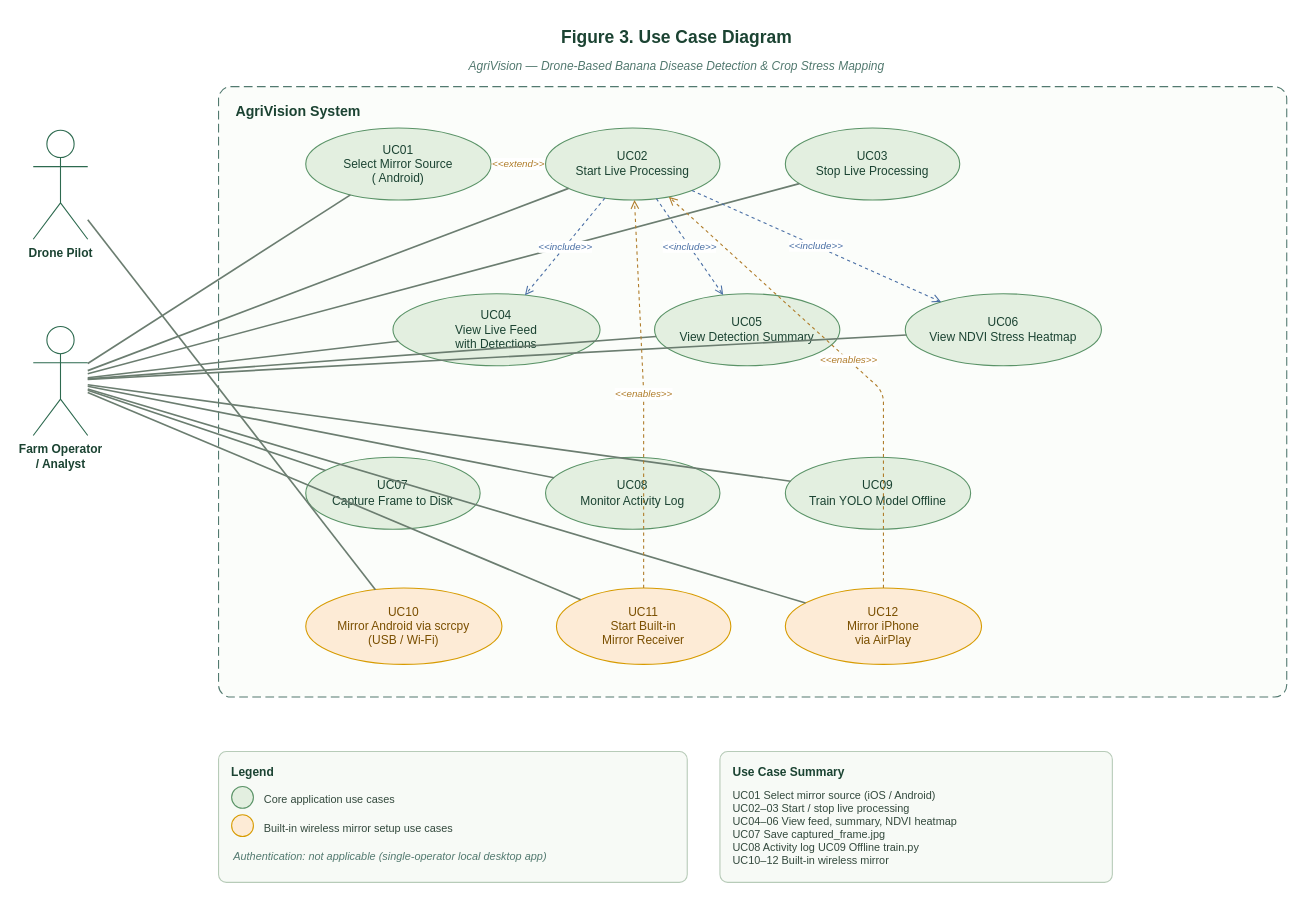
Above: docs/diagrams/AgriVision-Use-Case-Diagram.drawio in Dewey-byte/AgriVision (draw.io), before the change. Source tidied: cells renumbered, new cells numbered last; positions are measured from the earlier drawing's top-left corner, leaving out a move shared by most shapes. Both pictures are drawn from the tidied source at 109%, with x=0, y=0 at pixel (33, 19).
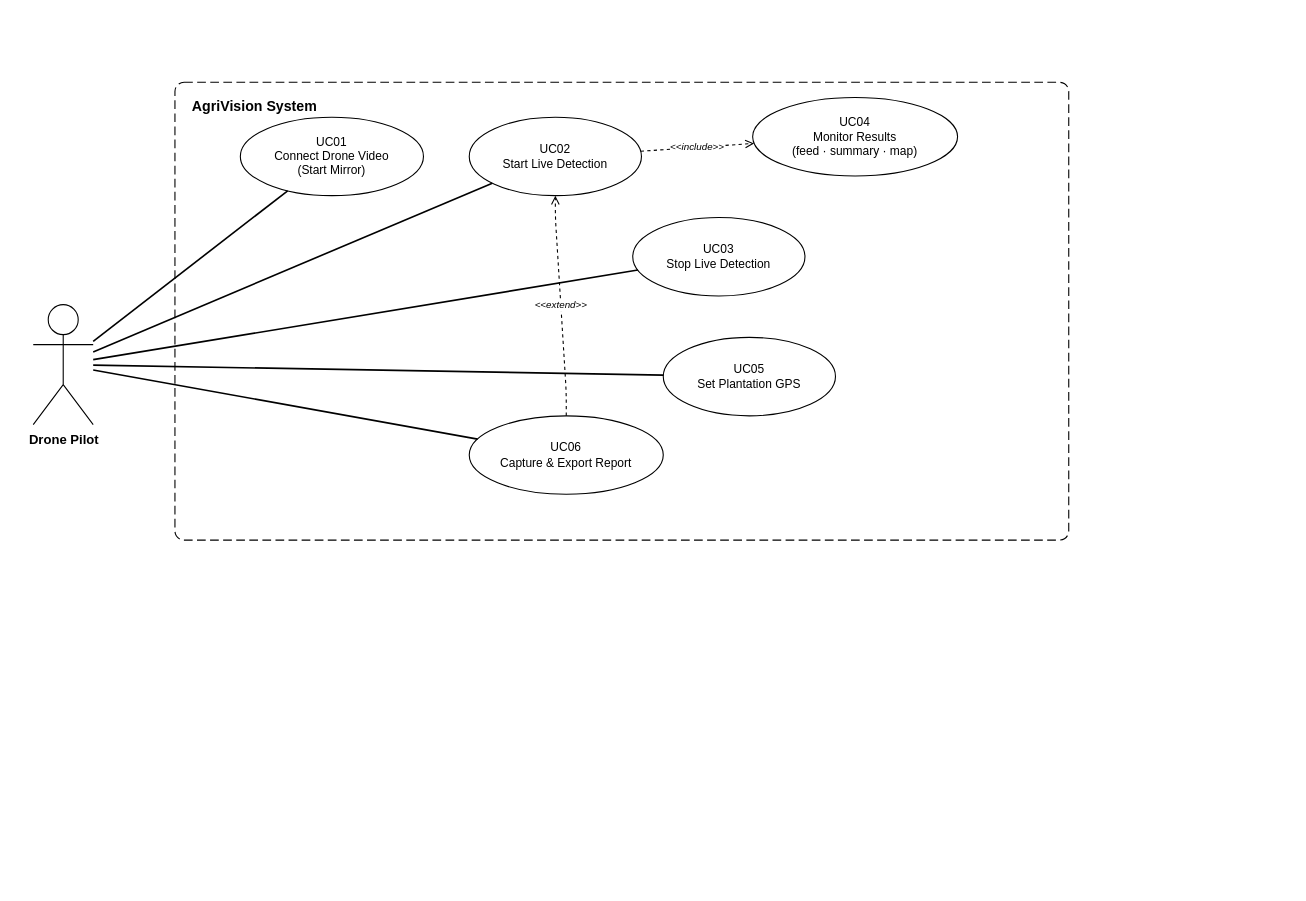
Above is the later version.

Change to the diagram source:
```diff
@@
-    <mxCell id="2" value="Figure 3. Use Case Diagram" style="text;html=1;strokeColor=none;fillColor=none;align=center;fontFamily=Helvetica;fontSize=16;fontStyle=1;fontColor=#1b4332;" parent="1" vertex="1">
-      <mxGeometry x="190" width="800" height="30" as="geometry" />
-    </mxCell>
-    <mxCell id="3" value="AgriVision — Drone-Based Banana Disease Detection &amp; Crop Stress Mapping" style="text;html=1;strokeColor=none;fillColor=none;align=center;fontFamily=Helvetica;fontSize=11;fontStyle=2;fontColor=#52796f;" parent="1" vertex="1">
-      <mxGeometry x="240" y="30" width="700" height="22" as="geometry" />
-    </mxCell>
-    <mxCell id="4" value="AgriVision System" style="rounded=1;arcSize=2;whiteSpace=wrap;html=1;verticalAlign=top;align=left;spacingLeft=14;spacingTop=8;fillColor=#fbfdfa;strokeColor=#52796f;dashed=1;dashPattern=8 4;fontFamily=Helvetica;fontStyle=1;fontSize=13;fontColor=#1b4332;" parent="1" vertex="1">
-      <mxGeometry x="170" y="62" width="980" height="560" as="geometry" />
+    <mxCell id="4" value="AgriVision System" style="rounded=1;arcSize=2;whiteSpace=wrap;html=1;verticalAlign=top;align=left;spacingLeft=14;spacingTop=8;dashed=1;dashPattern=8 4;fontFamily=Helvetica;fontStyle=1;fontSize=13;fontColor=#000000;" parent="1" vertex="1">
+      <mxGeometry x="130" y="58" width="820" height="420" as="geometry" />
     </mxCell>
-    <mxCell id="5" value="Farm Operator&#10;/ Analyst" style="shape=umlActor;verticalLabelPosition=bottom;verticalAlign=top;html=1;outlineConnect=0;fontFamily=Helvetica;fontStyle=1;fontSize=11;fontColor=#1b4332;strokeColor=#2d6a4f;" parent="1" vertex="1">
-      <mxGeometry y="282" width="50" height="100" as="geometry" />
-    </mxCell>
-    <mxCell id="6" value="Drone Pilot" style="shape=umlActor;verticalLabelPosition=bottom;verticalAlign=top;html=1;outlineConnect=0;fontFamily=Helvetica;fontStyle=1;fontSize=11;fontColor=#1b4332;strokeColor=#2d6a4f;" parent="1" vertex="1">
-      <mxGeometry y="102" width="50" height="100" as="geometry" />
+    <mxCell id="6" value="Drone Pilot" style="shape=umlActor;verticalLabelPosition=bottom;verticalAlign=top;html=1;outlineConnect=0;fontFamily=Helvetica;fontStyle=1;fontSize=12;fontColor=#000000;" parent="1" vertex="1">
+      <mxGeometry y="262" width="55" height="110" as="geometry" />
     </mxCell>
-    <mxCell id="7" value="UC01&lt;br&gt;Select Mirror Source&lt;br&gt;( Android)" style="ellipse;whiteSpace=wrap;html=1;fillColor=#e3efe0;strokeColor=#5a9367;fontFamily=Helvetica;fontSize=11;fontColor=#1b4332;" parent="1" vertex="1">
-      <mxGeometry x="250" y="100" width="170" height="66" as="geometry" />
+    <mxCell id="7" value="UC01&#10;Connect Drone Video&#10;(Start Mirror)" style="ellipse;whiteSpace=wrap;html=1;fontFamily=Helvetica;fontSize=11;fontColor=#000000;" parent="1" vertex="1">
+      <mxGeometry x="190" y="90" width="168" height="72" as="geometry" />
     </mxCell>
-    <mxCell id="8" value="UC02&#10;Start Live Processing" style="ellipse;whiteSpace=wrap;html=1;fillColor=#e3efe0;strokeColor=#5a9367;fontFamily=Helvetica;fontSize=11;fontColor=#1b4332;" parent="1" vertex="1">
-      <mxGeometry x="470" y="100" width="160" height="66" as="geometry" />
+    <mxCell id="8" value="UC02&#10;Start Live Detection" style="ellipse;whiteSpace=wrap;html=1;fontFamily=Helvetica;fontSize=11;fontColor=#000000;" parent="1" vertex="1">
+      <mxGeometry x="400" y="90" width="158" height="72" as="geometry" />
     </mxCell>
-    <mxCell id="9" value="UC03&#10;Stop Live Processing" style="ellipse;whiteSpace=wrap;html=1;fillColor=#e3efe0;strokeColor=#5a9367;fontFamily=Helvetica;fontSize=11;fontColor=#1b4332;" parent="1" vertex="1">
-      <mxGeometry x="690" y="100" width="160" height="66" as="geometry" />
+    <mxCell id="9" value="UC03&#10;Stop Live Detection" style="ellipse;whiteSpace=wrap;html=1;fontFamily=Helvetica;fontSize=11;fontColor=#000000;" parent="1" vertex="1">
+      <mxGeometry x="550" y="182" width="158" height="72" as="geometry" />
     </mxCell>
-    <mxCell id="10" value="UC04&#10;View Live Feed&#10;with Detections" style="ellipse;whiteSpace=wrap;html=1;fillColor=#e3efe0;strokeColor=#5a9367;fontFamily=Helvetica;fontSize=11;fontColor=#1b4332;" parent="1" vertex="1">
-      <mxGeometry x="330" y="252" width="190" height="66" as="geometry" />
+    <mxCell id="10" value="UC04&#10;Monitor Results&#10;(feed · summary · map)" style="ellipse;whiteSpace=wrap;html=1;fontFamily=Helvetica;fontSize=11;fontColor=#000000;" parent="1" vertex="1">
+      <mxGeometry x="660" y="72" width="188" height="72" as="geometry" />
     </mxCell>
-    <mxCell id="11" value="UC05&#10;View Detection Summary" style="ellipse;whiteSpace=wrap;html=1;fillColor=#e3efe0;strokeColor=#5a9367;fontFamily=Helvetica;fontSize=11;fontColor=#1b4332;" parent="1" vertex="1">
-      <mxGeometry x="570" y="252" width="170" height="66" as="geometry" />
+    <mxCell id="11" value="UC05&#10;Set Plantation GPS" style="ellipse;whiteSpace=wrap;html=1;fontFamily=Helvetica;fontSize=11;fontColor=#000000;" parent="1" vertex="1">
+      <mxGeometry x="578" y="292" width="158" height="72" as="geometry" />
     </mxCell>
-    <mxCell id="12" value="UC06&#10;View NDVI Stress Heatmap" style="ellipse;whiteSpace=wrap;html=1;fillColor=#e3efe0;strokeColor=#5a9367;fontFamily=Helvetica;fontSize=11;fontColor=#1b4332;" parent="1" vertex="1">
-      <mxGeometry x="800" y="252" width="180" height="66" as="geometry" />
+    <mxCell id="12" value="UC06&#10;Capture &amp;amp; Export Report" style="ellipse;whiteSpace=wrap;html=1;fontFamily=Helvetica;fontSize=11;fontColor=#000000;" parent="1" vertex="1">
+      <mxGeometry x="400" y="364" width="178" height="72" as="geometry" />
     </mxCell>
-    <mxCell id="13" value="UC07&#10;Capture Frame to Disk" style="ellipse;whiteSpace=wrap;html=1;fillColor=#e3efe0;strokeColor=#5a9367;fontFamily=Helvetica;fontSize=11;fontColor=#1b4332;" parent="1" vertex="1">
-      <mxGeometry x="250" y="402" width="160" height="66" as="geometry" />
-    </mxCell>
-    <mxCell id="14" value="UC08&#10;Monitor Activity Log" style="ellipse;whiteSpace=wrap;html=1;fillColor=#e3efe0;strokeColor=#5a9367;fontFamily=Helvetica;fontSize=11;fontColor=#1b4332;" parent="1" vertex="1">
-      <mxGeometry x="470" y="402" width="160" height="66" as="geometry" />
-    </mxCell>
-    <mxCell id="15" value="UC09&#10;Train YOLO Model Offline" style="ellipse;whiteSpace=wrap;html=1;fillColor=#e3efe0;strokeColor=#5a9367;fontFamily=Helvetica;fontSize=11;fontColor=#1b4332;" parent="1" vertex="1">
-      <mxGeometry x="690" y="402" width="170" height="66" as="geometry" />
-    </mxCell>
-    <mxCell id="16" value="UC10&#10;Mirror Android via scrcpy&#10;(USB / Wi-Fi)" style="ellipse;whiteSpace=wrap;html=1;fillColor=#fdebd6;strokeColor=#d79b00;fontFamily=Helvetica;fontSize=11;fontColor=#7a4f00;" parent="1" vertex="1">
-      <mxGeometry x="250" y="522" width="180" height="70" as="geometry" />
-    </mxCell>
-    <mxCell id="17" value="UC11&#10;Start Built-in&#10;Mirror Receiver" style="ellipse;whiteSpace=wrap;html=1;fillColor=#fdebd6;strokeColor=#d79b00;fontFamily=Helvetica;fontSize=11;fontColor=#7a4f00;" parent="1" vertex="1">
-      <mxGeometry x="480" y="522" width="160" height="70" as="geometry" />
-    </mxCell>
-    <mxCell id="18" value="UC12&#10;Mirror iPhone&#10;via AirPlay" style="ellipse;whiteSpace=wrap;html=1;fillColor=#fdebd6;strokeColor=#d79b00;fontFamily=Helvetica;fontSize=11;fontColor=#7a4f00;" parent="1" vertex="1">
-      <mxGeometry x="690" y="522" width="180" height="70" as="geometry" />
-    </mxCell>
-    <mxCell id="19" style="endArrow=none;html=1;strokeColor=#6b7d70;strokeWidth=1.5;" parent="1" edge="1" source="5" target="7">
+    <mxCell id="19" style="endArrow=none;html=1;strokeWidth=1.5;fontColor=#000000;" parent="1" edge="1" source="6" target="7">
       <mxGeometry relative="1" as="geometry" />
     </mxCell>
-    <mxCell id="20" style="endArrow=none;html=1;strokeColor=#6b7d70;strokeWidth=1.5;" parent="1" edge="1" source="5" target="8">
+    <mxCell id="20" style="endArrow=none;html=1;strokeWidth=1.5;fontColor=#000000;" parent="1" edge="1" source="6" target="8">
       <mxGeometry relative="1" as="geometry" />
     </mxCell>
-    <mxCell id="21" style="endArrow=none;html=1;strokeColor=#6b7d70;strokeWidth=1.5;" parent="1" edge="1" source="5" target="9">
+    <mxCell id="21" style="endArrow=none;html=1;strokeWidth=1.5;fontColor=#000000;" parent="1" edge="1" source="6" target="9">
       <mxGeometry relative="1" as="geometry" />
     </mxCell>
-    <mxCell id="22" style="endArrow=none;html=1;strokeColor=#6b7d70;strokeWidth=1.5;" parent="1" edge="1" source="5" target="10">
-      <mxGeometry relative="1" as="geometry" />
-    </mxCell>
-    <mxCell id="23" style="endArrow=none;html=1;strokeColor=#6b7d70;strokeWidth=1.5;" parent="1" edge="1" source="5" target="11">
+    <mxCell id="23" style="endArrow=none;html=1;strokeWidth=1.5;fontColor=#000000;" parent="1" edge="1" source="6" target="11">
       <mxGeometry relative="1" as="geometry" />
     </mxCell>
-    <mxCell id="24" style="endArrow=none;html=1;strokeColor=#6b7d70;strokeWidth=1.5;" parent="1" edge="1" source="5" target="12">
+    <mxCell id="24" style="endArrow=none;html=1;strokeWidth=1.5;fontColor=#000000;" parent="1" edge="1" source="6" target="12">
       <mxGeometry relative="1" as="geometry" />
     </mxCell>
-    <mxCell id="25" style="endArrow=none;html=1;strokeColor=#6b7d70;strokeWidth=1.5;" parent="1" edge="1" source="5" target="13">
-      <mxGeometry relative="1" as="geometry" />
-    </mxCell>
-    <mxCell id="26" style="endArrow=none;html=1;strokeColor=#6b7d70;strokeWidth=1.5;" parent="1" edge="1" source="5" target="14">
-      <mxGeometry relative="1" as="geometry" />
-    </mxCell>
-    <mxCell id="27" style="endArrow=none;html=1;strokeColor=#6b7d70;strokeWidth=1.5;" parent="1" edge="1" source="5" target="15">
-      <mxGeometry relative="1" as="geometry" />
-    </mxCell>
-    <mxCell id="28" style="endArrow=none;html=1;strokeColor=#6b7d70;strokeWidth=1.5;" parent="1" edge="1" source="5" target="17">
-      <mxGeometry relative="1" as="geometry" />
-    </mxCell>
-    <mxCell id="29" style="endArrow=none;html=1;strokeColor=#6b7d70;strokeWidth=1.5;" parent="1" edge="1" source="5" target="18">
-      <mxGeometry relative="1" as="geometry" />
-    </mxCell>
-    <mxCell id="30" style="endArrow=none;html=1;strokeColor=#6b7d70;strokeWidth=1.5;" parent="1" edge="1" source="6" target="16">
-      <mxGeometry relative="1" as="geometry" />
-    </mxCell>
-    <mxCell id="31" value="&amp;lt;&amp;lt;include&amp;gt;&amp;gt;" style="endArrow=open;dashed=1;html=1;strokeColor=#4a6fa5;fontFamily=Helvetica;fontStyle=2;fontSize=9;fontColor=#4a6fa5;labelBackgroundColor=#FFFFFF;" parent="1" edge="1" source="8" target="10">
+    <mxCell id="31" value="&amp;lt;&amp;lt;include&amp;gt;&amp;gt;" style="endArrow=open;dashed=1;html=1;fontFamily=Helvetica;fontStyle=2;fontSize=9;fontColor=#000000;labelBackgroundColor=#FFFFFF;" parent="1" edge="1" source="8" target="10">
       <mxGeometry relative="1" as="geometry" />
     </mxCell>
-    <mxCell id="32" value="&amp;lt;&amp;lt;include&amp;gt;&amp;gt;" style="endArrow=open;dashed=1;html=1;strokeColor=#4a6fa5;fontFamily=Helvetica;fontStyle=2;fontSize=9;fontColor=#4a6fa5;labelBackgroundColor=#FFFFFF;" parent="1" edge="1" source="8" target="11">
-      <mxGeometry relative="1" as="geometry" />
-    </mxCell>
-    <mxCell id="33" value="&amp;lt;&amp;lt;include&amp;gt;&amp;gt;" style="endArrow=open;dashed=1;html=1;strokeColor=#4a6fa5;fontFamily=Helvetica;fontStyle=2;fontSize=9;fontColor=#4a6fa5;labelBackgroundColor=#FFFFFF;" parent="1" edge="1" source="8" target="12">
-      <mxGeometry relative="1" as="geometry" />
-    </mxCell>
-    <mxCell id="34" value="&amp;lt;&amp;lt;extend&amp;gt;&amp;gt;" style="endArrow=open;dashed=1;html=1;strokeColor=#b07d2b;fontFamily=Helvetica;fontStyle=2;fontSize=9;fontColor=#b07d2b;labelBackgroundColor=#FFFFFF;" parent="1" edge="1" source="7" target="8">
-      <mxGeometry relative="1" as="geometry" />
+    <mxCell id="34" value="&amp;lt;&amp;lt;extend&amp;gt;&amp;gt;" style="endArrow=open;dashed=1;html=1;fontFamily=Helvetica;fontStyle=2;fontSize=9;fontColor=#000000;labelBackgroundColor=#FFFFFF;" parent="1" edge="1" source="12" target="8">
+      <mxGeometry relative="1" as="geometry">
+        <Array as="points">
+          <mxPoint x="489" y="342" />
+          <mxPoint x="479" y="182" />
+        </Array>
+      </mxGeometry>
     </mxCell>
-    <mxCell id="35" value="&amp;lt;&amp;lt;enables&amp;gt;&amp;gt;" style="endArrow=open;dashed=1;html=1;strokeColor=#b07d2b;fontFamily=Helvetica;fontStyle=2;fontSize=9;fontColor=#b07d2b;labelBackgroundColor=#FFFFFF;" parent="1" edge="1" source="17" target="8">
-      <mxGeometry relative="1" as="geometry">
-        <Array as="points">
-          <mxPoint x="560" y="342" />
-        </Array>
-      </mxGeometry>
-    </mxCell>
-    <mxCell id="36" value="&amp;lt;&amp;lt;enables&amp;gt;&amp;gt;" style="endArrow=open;dashed=1;html=1;strokeColor=#b07d2b;fontFamily=Helvetica;fontStyle=2;fontSize=9;fontColor=#b07d2b;labelBackgroundColor=#FFFFFF;" parent="1" edge="1" source="18" target="8">
-      <mxGeometry relative="1" as="geometry">
-        <Array as="points">
-          <mxPoint x="780" y="342" />
-        </Array>
-      </mxGeometry>
-    </mxCell>
-    <mxCell id="37" value="Legend" style="rounded=1;arcSize=6;whiteSpace=wrap;html=1;fillColor=#f7faf6;strokeColor=#b7cbb8;align=left;verticalAlign=top;spacingLeft=10;spacingTop=6;fontFamily=Helvetica;fontSize=11;fontStyle=1;fontColor=#1b4332;" parent="1" vertex="1">
-      <mxGeometry x="170" y="672" width="430" height="120" as="geometry" />
-    </mxCell>
-    <mxCell id="38" style="ellipse;fillColor=#e3efe0;strokeColor=#5a9367;" parent="37" vertex="1">
-      <mxGeometry x="12" y="32" width="20" height="20" as="geometry" />
-    </mxCell>
-    <mxCell id="39" value="Core application use cases" style="text;strokeColor=none;fillColor=none;align=left;fontFamily=Helvetica;fontSize=10;fontColor=#33493d;" parent="37" vertex="1">
-      <mxGeometry x="40" y="32" width="360" height="20" as="geometry" />
-    </mxCell>
-    <mxCell id="40" style="ellipse;fillColor=#fdebd6;strokeColor=#d79b00;" parent="37" vertex="1">
-      <mxGeometry x="12" y="58" width="20" height="20" as="geometry" />
-    </mxCell>
-    <mxCell id="41" value="Built-in wireless mirror setup use cases" style="text;strokeColor=none;fillColor=none;align=left;fontFamily=Helvetica;fontSize=10;fontColor=#33493d;" parent="37" vertex="1">
-      <mxGeometry x="40" y="58" width="360" height="20" as="geometry" />
-    </mxCell>
-    <mxCell id="42" value="Authentication: not applicable (single-operator local desktop app)" style="text;strokeColor=none;fillColor=none;align=left;fontFamily=Helvetica;fontSize=10;fontStyle=2;fontColor=#52796f;" parent="37" vertex="1">
-      <mxGeometry x="12" y="84" width="400" height="20" as="geometry" />
-    </mxCell>
-    <mxCell id="43" value="Use Case Summary" style="rounded=1;arcSize=6;whiteSpace=wrap;html=1;fillColor=#f7faf6;strokeColor=#b7cbb8;align=left;verticalAlign=top;spacingLeft=10;spacingTop=6;fontFamily=Helvetica;fontSize=11;fontStyle=1;fontColor=#1b4332;" parent="1" vertex="1">
-      <mxGeometry x="630" y="672" width="360" height="120" as="geometry" />
-    </mxCell>
-    <mxCell id="44" value="UC01  Select mirror source (iOS / Android)&#10;UC02–03  Start / stop live processing&#10;UC04–06  View feed, summary, NDVI heatmap&#10;UC07  Save captured_frame.jpg&#10;UC08  Activity log     UC09  Offline train.py&#10;UC10–12  Built-in wireless mirror" style="text;html=1;strokeColor=none;fillColor=none;align=left;verticalAlign=top;fontFamily=Helvetica;fontSize=10;fontColor=#33493d;" parent="43" vertex="1">
-      <mxGeometry x="10" y="28" width="345" height="88" as="geometry" />
-    </mxCell>
```
